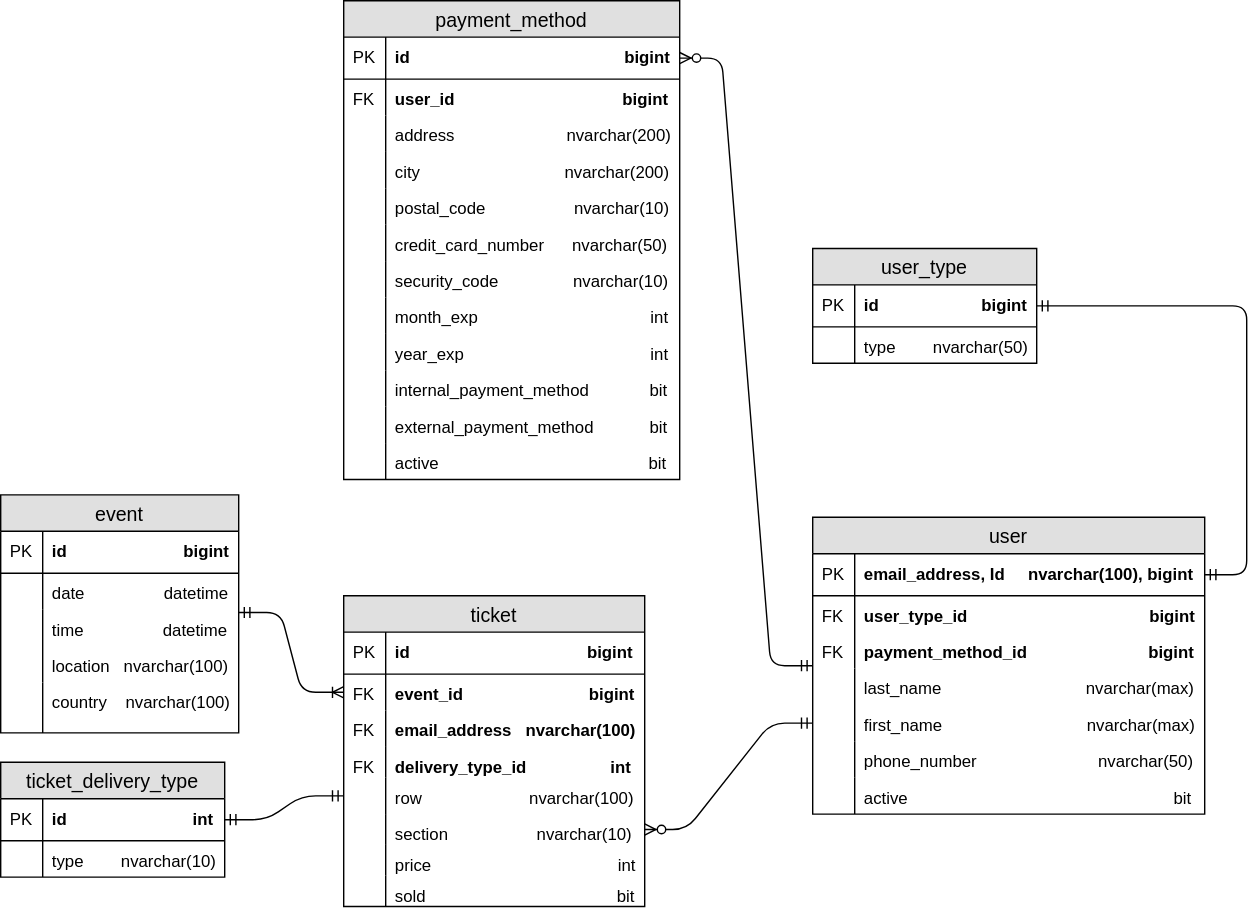
Before: diagrams/ticket_management_DB_model.svg, a diagram exported from draw.io (yazhang28/ticket_vendor_app). Source tidied: cells renumbered, new cells last; positions are measured from the earlier drawing's top-left corner, leaving out a move shared by most shapes.
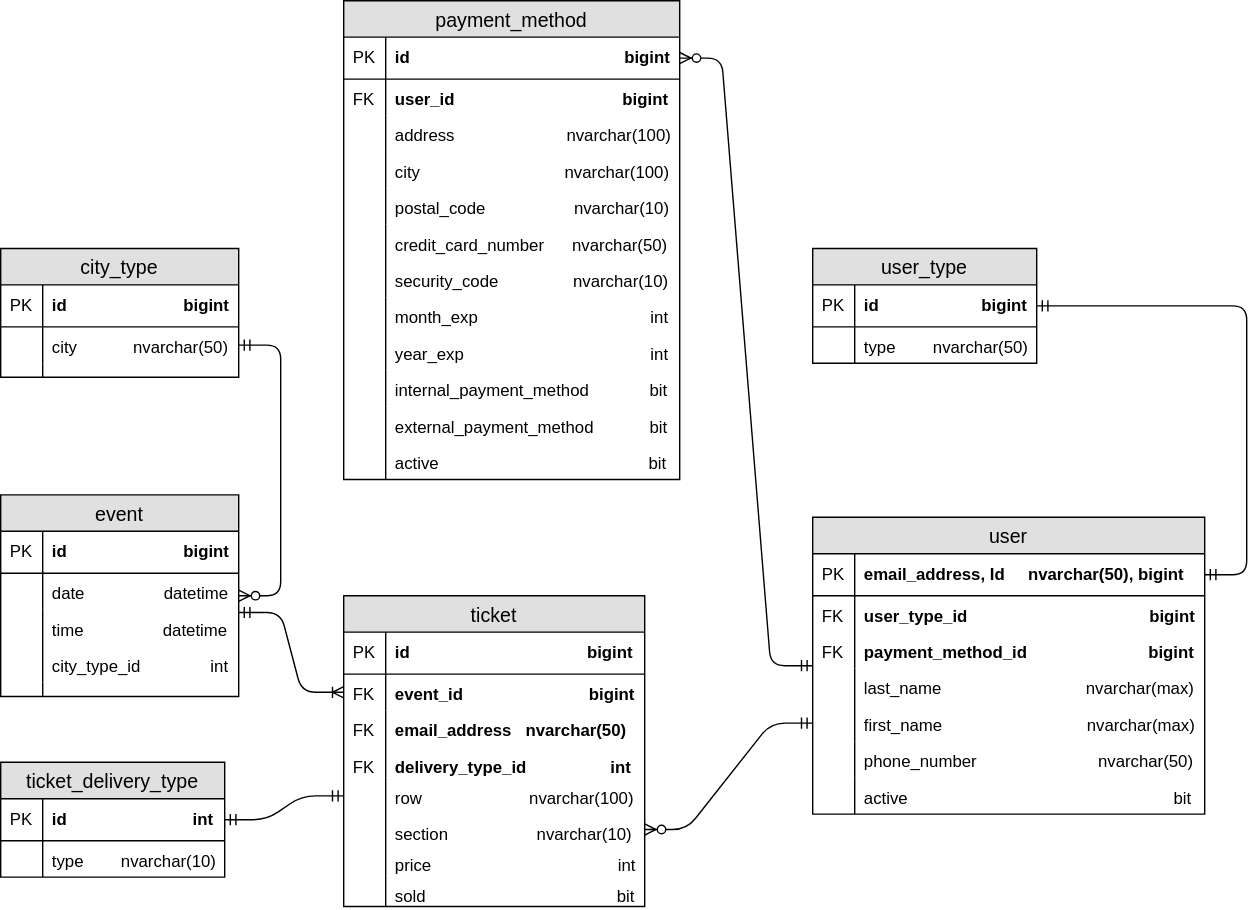
Later version of the same file.

Commit message:
added city type table to model:

Change to the diagram source:
```diff
@@ -5,7 +5,7 @@
     <mxCell id="2" value="user" style="swimlane;fontStyle=0;horizontal=1;startSize=26;fillColor=#e0e0e0;swimlaneFillColor=#ffffff;align=center;fontSize=14;" parent="1" vertex="1">
       <mxGeometry x="580" y="369" width="280" height="212" as="geometry" />
     </mxCell>
-    <mxCell id="3" value="email_address, Id     nvarchar(100), bigint" style="shape=partialRectangle;top=0;left=0;right=0;bottom=1;align=left;verticalAlign=middle;fillColor=none;spacingLeft=34;spacingRight=4;overflow=hidden;points=[[0,0.5],[1,0.5]];portConstraint=eastwest;fontStyle=1;fontSize=12;" parent="2" vertex="1">
+    <mxCell id="3" value="email_address, Id     nvarchar(50), bigint" style="shape=partialRectangle;top=0;left=0;right=0;bottom=1;align=left;verticalAlign=middle;fillColor=none;spacingLeft=34;spacingRight=4;overflow=hidden;points=[[0,0.5],[1,0.5]];portConstraint=eastwest;fontStyle=1;fontSize=12;" parent="2" vertex="1">
       <mxGeometry y="26" width="280" height="30" as="geometry" />
     </mxCell>
     <mxCell id="4" value="PK" style="shape=partialRectangle;top=0;left=0;bottom=0;fillColor=none;align=left;verticalAlign=middle;spacingLeft=4;spacingRight=4;overflow=hidden;fontSize=12;" parent="3" vertex="1">
@@ -77,13 +77,13 @@
     <mxCell id="26" value="FK" style="shape=partialRectangle;top=0;left=0;bottom=0;fillColor=none;align=left;verticalAlign=top;spacingLeft=4;spacingRight=4;overflow=hidden;fontSize=12;" parent="25" vertex="1">
       <mxGeometry width="30" height="26" as="geometry" />
     </mxCell>
-    <mxCell id="27" value="address                        nvarchar(200)" style="shape=partialRectangle;top=0;left=0;right=0;bottom=0;align=left;verticalAlign=top;fillColor=none;spacingLeft=34;spacingRight=4;overflow=hidden;fontSize=12;fontStyle=0;" parent="22" vertex="1">
+    <mxCell id="27" value="address                        nvarchar(100)" style="shape=partialRectangle;top=0;left=0;right=0;bottom=0;align=left;verticalAlign=top;fillColor=none;spacingLeft=34;spacingRight=4;overflow=hidden;fontSize=12;fontStyle=0;" parent="22" vertex="1">
       <mxGeometry y="82" width="240" height="26" as="geometry" />
     </mxCell>
     <mxCell id="28" style="shape=partialRectangle;top=0;left=0;bottom=0;fillColor=none;align=left;verticalAlign=top;spacingLeft=4;spacingRight=4;overflow=hidden;fontSize=12;" parent="27" vertex="1">
       <mxGeometry width="30" height="26" as="geometry" />
     </mxCell>
-    <mxCell id="29" value="city                               nvarchar(200)" style="shape=partialRectangle;top=0;left=0;right=0;bottom=0;align=left;verticalAlign=top;fillColor=none;spacingLeft=34;spacingRight=4;overflow=hidden;fontSize=12;fontStyle=0;" parent="22" vertex="1">
+    <mxCell id="29" value="city                               nvarchar(100)" style="shape=partialRectangle;top=0;left=0;right=0;bottom=0;align=left;verticalAlign=top;fillColor=none;spacingLeft=34;spacingRight=4;overflow=hidden;fontSize=12;fontStyle=0;" parent="22" vertex="1">
       <mxGeometry y="108" width="240" height="26" as="geometry" />
     </mxCell>
     <mxCell id="30" style="shape=partialRectangle;top=0;left=0;bottom=0;fillColor=none;align=left;verticalAlign=top;spacingLeft=4;spacingRight=4;overflow=hidden;fontSize=12;" parent="29" vertex="1">
@@ -152,7 +152,7 @@
     <mxCell id="51" value="FK" style="shape=partialRectangle;top=0;left=0;bottom=0;fillColor=none;align=left;verticalAlign=top;spacingLeft=4;spacingRight=4;overflow=hidden;fontSize=12;" parent="50" vertex="1">
       <mxGeometry width="30" height="26" as="geometry" />
     </mxCell>
-    <mxCell id="52" value="email_address   nvarchar(100)" style="shape=partialRectangle;top=0;left=0;right=0;bottom=0;align=left;verticalAlign=top;fillColor=none;spacingLeft=34;spacingRight=4;overflow=hidden;fontSize=12;fontStyle=1;" parent="47" vertex="1">
+    <mxCell id="52" value="email_address   nvarchar(50)" style="shape=partialRectangle;top=0;left=0;right=0;bottom=0;align=left;verticalAlign=top;fillColor=none;spacingLeft=34;spacingRight=4;overflow=hidden;fontSize=12;fontStyle=1;" parent="47" vertex="1">
       <mxGeometry y="82" width="215" height="26" as="geometry" />
     </mxCell>
     <mxCell id="53" value="FK" style="shape=partialRectangle;top=0;left=0;bottom=0;fillColor=none;align=left;verticalAlign=top;spacingLeft=4;spacingRight=4;overflow=hidden;fontSize=12;" parent="52" vertex="1">
@@ -204,7 +204,7 @@
       <mxGeometry width="30" height="26" as="geometry" />
     </mxCell>
     <mxCell id="69" value="event" style="swimlane;fontStyle=0;horizontal=1;startSize=26;fillColor=#e0e0e0;swimlaneFillColor=#ffffff;align=center;fontSize=14;" parent="1" vertex="1">
-      <mxGeometry y="353" width="170" height="170" as="geometry" />
+      <mxGeometry y="353" width="170" height="144" as="geometry" />
     </mxCell>
     <mxCell id="70" value="id                         bigint" style="shape=partialRectangle;top=0;left=0;right=0;bottom=1;align=left;verticalAlign=middle;fillColor=none;spacingLeft=34;spacingRight=4;overflow=hidden;fontStyle=1;fontSize=12;" parent="69" vertex="1">
       <mxGeometry y="26" width="170" height="30" as="geometry" />
@@ -224,24 +224,39 @@
     <mxCell id="75" style="shape=partialRectangle;top=0;left=0;bottom=0;fillColor=none;align=left;verticalAlign=top;spacingLeft=4;spacingRight=4;overflow=hidden;fontSize=12;" parent="74" vertex="1">
       <mxGeometry width="30" height="26" as="geometry" />
     </mxCell>
-    <mxCell id="76" value="location   nvarchar(100)" style="shape=partialRectangle;top=0;left=0;right=0;bottom=0;align=left;verticalAlign=top;fillColor=none;spacingLeft=34;spacingRight=4;overflow=hidden;fontSize=12;" parent="69" vertex="1">
+    <mxCell id="76" value="city_type_id               int" style="shape=partialRectangle;top=0;left=0;right=0;bottom=0;align=left;verticalAlign=top;fillColor=none;spacingLeft=34;spacingRight=4;overflow=hidden;fontSize=12;" parent="69" vertex="1">
       <mxGeometry y="108" width="170" height="26" as="geometry" />
     </mxCell>
     <mxCell id="77" style="shape=partialRectangle;top=0;left=0;bottom=0;fillColor=none;align=left;verticalAlign=top;spacingLeft=4;spacingRight=4;overflow=hidden;fontSize=12;" parent="76" vertex="1">
       <mxGeometry width="30" height="26" as="geometry" />
     </mxCell>
-    <mxCell id="78" value="country    nvarchar(100)" style="shape=partialRectangle;top=0;left=0;right=0;bottom=0;align=left;verticalAlign=top;fillColor=none;spacingLeft=34;spacingRight=4;overflow=hidden;fontSize=12;" parent="69" vertex="1">
-      <mxGeometry y="134" width="170" height="26" as="geometry" />
-    </mxCell>
-    <mxCell id="79" style="shape=partialRectangle;top=0;left=0;bottom=0;fillColor=none;align=left;verticalAlign=top;spacingLeft=4;spacingRight=4;overflow=hidden;fontSize=12;" parent="78" vertex="1">
-      <mxGeometry width="30" height="26" as="geometry" />
-    </mxCell>
     <mxCell id="80" style="shape=partialRectangle;top=0;left=0;right=0;bottom=0;align=left;verticalAlign=top;fillColor=none;spacingLeft=34;spacingRight=4;overflow=hidden;fontSize=12;" parent="69" vertex="1">
-      <mxGeometry y="160" width="170" height="10" as="geometry" />
+      <mxGeometry y="134" width="170" height="10" as="geometry" />
     </mxCell>
     <mxCell id="81" style="shape=partialRectangle;top=0;left=0;bottom=0;fillColor=none;align=left;verticalAlign=top;spacingLeft=4;spacingRight=4;overflow=hidden;fontSize=12;" parent="80" vertex="1">
       <mxGeometry width="30" height="10" as="geometry" />
     </mxCell>
+    <mxCell id="87" value="city_type" style="swimlane;fontStyle=0;horizontal=1;startSize=26;fillColor=#e0e0e0;swimlaneFillColor=#ffffff;align=center;fontSize=14;" parent="1" vertex="1">
+      <mxGeometry y="177" width="170" height="92" as="geometry" />
+    </mxCell>
+    <mxCell id="88" value="id                         bigint" style="shape=partialRectangle;top=0;left=0;right=0;bottom=1;align=left;verticalAlign=middle;fillColor=none;spacingLeft=34;spacingRight=4;overflow=hidden;fontStyle=1;fontSize=12;" parent="87" vertex="1">
+      <mxGeometry y="26" width="170" height="30" as="geometry" />
+    </mxCell>
+    <mxCell id="89" value="PK" style="shape=partialRectangle;top=0;left=0;bottom=0;fillColor=none;align=left;verticalAlign=middle;spacingLeft=4;spacingRight=4;overflow=hidden;fontSize=12;" parent="88" vertex="1">
+      <mxGeometry width="30" height="30" as="geometry" />
+    </mxCell>
+    <mxCell id="90" value="city            nvarchar(50)" style="shape=partialRectangle;top=0;left=0;right=0;bottom=0;align=left;verticalAlign=top;fillColor=none;spacingLeft=34;spacingRight=4;overflow=hidden;points=[[0,0.5],[1,0.5]];portConstraint=eastwest;fontSize=12;" parent="87" vertex="1">
+      <mxGeometry y="56" width="170" height="26" as="geometry" />
+    </mxCell>
+    <mxCell id="79" style="shape=partialRectangle;top=0;left=0;bottom=0;fillColor=none;align=left;verticalAlign=top;spacingLeft=4;spacingRight=4;overflow=hidden;fontSize=12;" parent="90" vertex="1">
+      <mxGeometry width="30" height="26" as="geometry" />
+    </mxCell>
+    <mxCell id="91" style="shape=partialRectangle;top=0;left=0;right=0;bottom=0;align=left;verticalAlign=top;fillColor=none;spacingLeft=34;spacingRight=4;overflow=hidden;fontSize=12;" parent="87" vertex="1">
+      <mxGeometry y="82" width="170" height="10" as="geometry" />
+    </mxCell>
+    <mxCell id="92" style="shape=partialRectangle;top=0;left=0;bottom=0;fillColor=none;align=left;verticalAlign=top;spacingLeft=4;spacingRight=4;overflow=hidden;fontSize=12;" parent="91" vertex="1">
+      <mxGeometry width="30" height="10" as="geometry" />
+    </mxCell>
     <mxCell id="82" style="edgeStyle=entityRelationEdgeStyle;fontSize=12;html=1;endArrow=ERoneToMany;startArrow=ERmandOne;exitX=0.999;exitY=0.095;exitDx=0;exitDy=0;exitPerimeter=0;entryX=0;entryY=0.5;entryDx=0;entryDy=0;" parent="1" edge="1" source="74" target="50">
       <mxGeometry relative="1" as="geometry" />
     </mxCell>
@@ -257,5 +272,8 @@
     <mxCell id="86" style="edgeStyle=entityRelationEdgeStyle;fontSize=12;html=1;endArrow=ERmandOne;startArrow=ERmandOne;exitX=1;exitY=0.5;exitDx=0;exitDy=0;entryX=0;entryY=0.5;entryDx=0;entryDy=0;" parent="1" edge="1" source="65" target="56">
       <mxGeometry relative="1" as="geometry" />
     </mxCell>
+    <mxCell id="93" style="edgeStyle=entityRelationEdgeStyle;fontSize=12;html=1;endArrow=ERzeroToMany;startArrow=ERmandOne;exitX=1;exitY=0.5;exitDx=0;exitDy=0;" parent="1" edge="1" source="90" target="69">
+      <mxGeometry relative="1" as="geometry" />
+    </mxCell>
   </root>
 </mxGraphModel>
```
